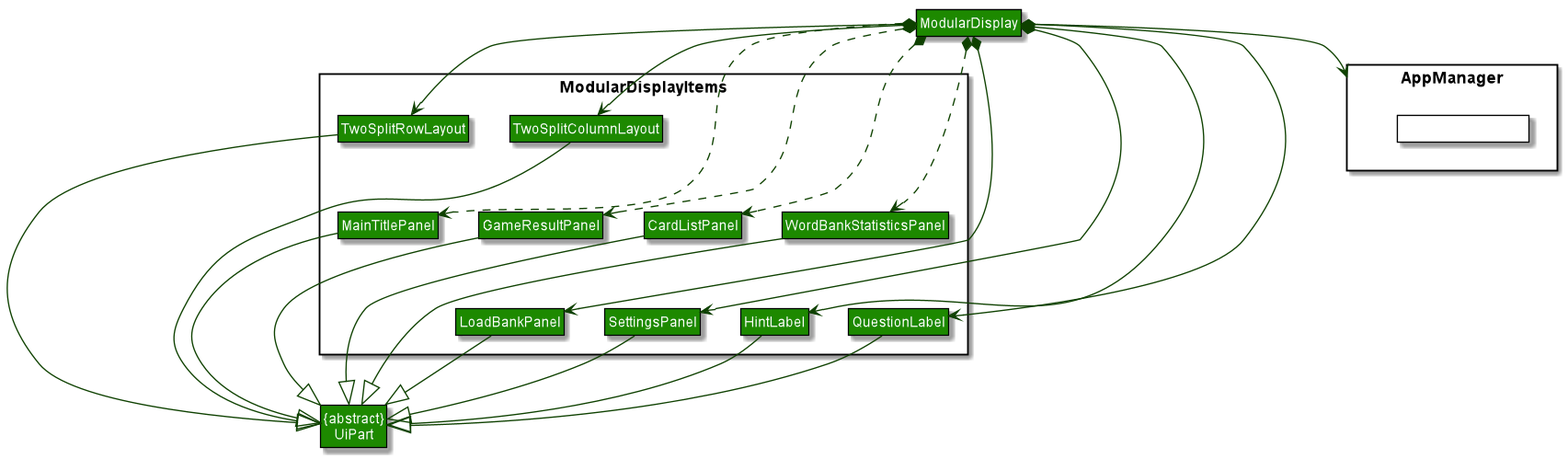
nus-cs2103-AY1920S1/addressbook-level3 keeps this PlantUML diagram as docs/images/ModularDisplayClassDiagram.png. Above is the earlier version.
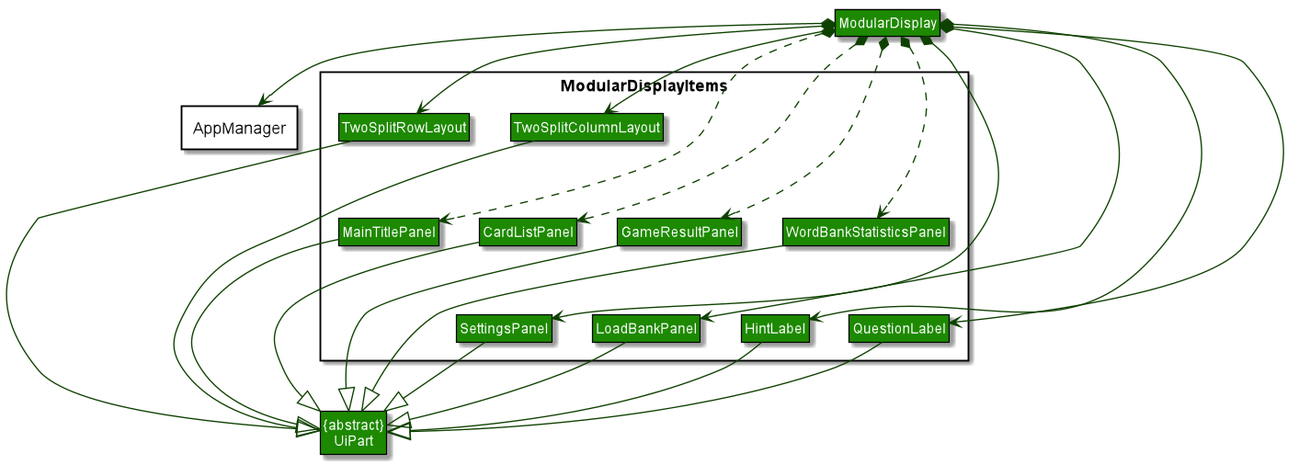
After the commit.

Commit message:
Changed Ui diagrams to adapt to new shadowing

Change to the diagram source:
```diff
@@ -74,7 +74,6 @@
 
 
 package AppManager <<Rectangle>> {
-Class HiddenAppManager #FFFFFF
 }
 
 Class "{abstract}\nUiPart" as UiPart
```
